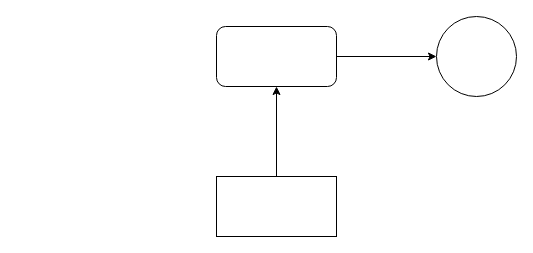
xeor/area51 keeps this draw.io diagram as Untitled Diagram.drawio. Above is the earlier version. Source tidied: cells renumbered, new cells numbered last; positions are measured from the earlier drawing's top-left corner, leaving out a move shared by most shapes. Both pictures are drawn from the tidied source at 100%, with x=0, y=0 at pixel (216, 16).
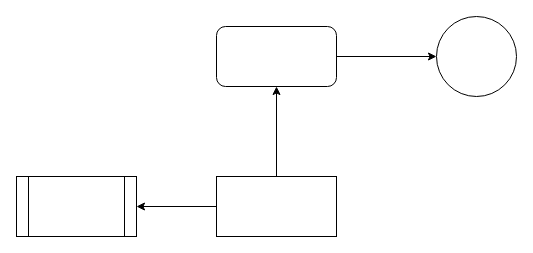
The same page after the edit.

Diff of the diagram source:
```diff
@@
 <mxGraphModel>
   <root>
     <mxCell id="0" />
     <mxCell id="1" parent="0" />
     <mxCell id="2" style="edgeStyle=orthogonalEdgeStyle;rounded=0;jettySize=auto;html=1;exitX=0.5;exitY=0;exitDx=0;exitDy=0;entryX=0.5;entryY=1;entryDx=0;entryDy=0;" parent="1" edge="1" source="3" target="5">
       <mxGeometry relative="1" as="geometry" />
     </mxCell>
+    <mxCell id="7" style="edgeStyle=orthogonalEdgeStyle;rounded=0;jettySize=auto;html=1;" parent="1" edge="1" source="3" target="8">
+      <mxGeometry relative="1" as="geometry" />
+    </mxCell>
     <mxCell id="3" style="rounded=0;whiteSpace=wrap;html=1;" parent="1" vertex="1">
       <mxGeometry y="160" width="120" height="60" as="geometry" />
     </mxCell>
     <mxCell id="4" style="edgeStyle=orthogonalEdgeStyle;rounded=0;jettySize=auto;html=1;" parent="1" edge="1" source="5" target="6">
       <mxGeometry relative="1" as="geometry" />
     </mxCell>
     <mxCell id="5" style="rounded=1;whiteSpace=wrap;html=1;" parent="1" vertex="1">
       <mxGeometry y="10" width="120" height="60" as="geometry" />
     </mxCell>
     <mxCell id="6" style="ellipse;whiteSpace=wrap;html=1;rounded=1;" parent="1" vertex="1">
       <mxGeometry x="220" width="80" height="80" as="geometry" />
     </mxCell>
+    <mxCell id="8" style="shape=process;whiteSpace=wrap;html=1;backgroundOutline=1;rounded=0;" parent="1" vertex="1">
+      <mxGeometry x="-200" y="160" width="120" height="60" as="geometry" />
+    </mxCell>
   </root>
 </mxGraphModel>
```
